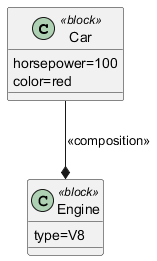
Before: backend/diagram.png, a diagram exported from PlantUML (RoboFication/diagram-editor).
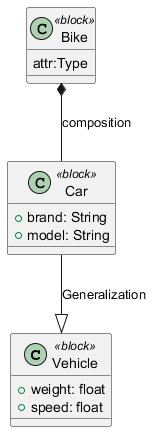
After the change.

The edit, as a diff of the source:
```diff
@@ -1,10 +1,15 @@
 @startuml
-class Car <<block>> {
-  horsepower=100
-  color=red
+class "Vehicle" <<block>> {
+  +weight: float
+  +speed: float
 }
-class Engine <<block>> {
-  type=V8
+class "Bike" <<block>> {
+  attr:Type
 }
-Car --* Engine : <<composition>>
+class "Car" <<block>> {
+  +brand: String
+  +model: String
+}
+Bike *-- Car : composition
+Car --|> Vehicle : Generalization
 @enduml
```
